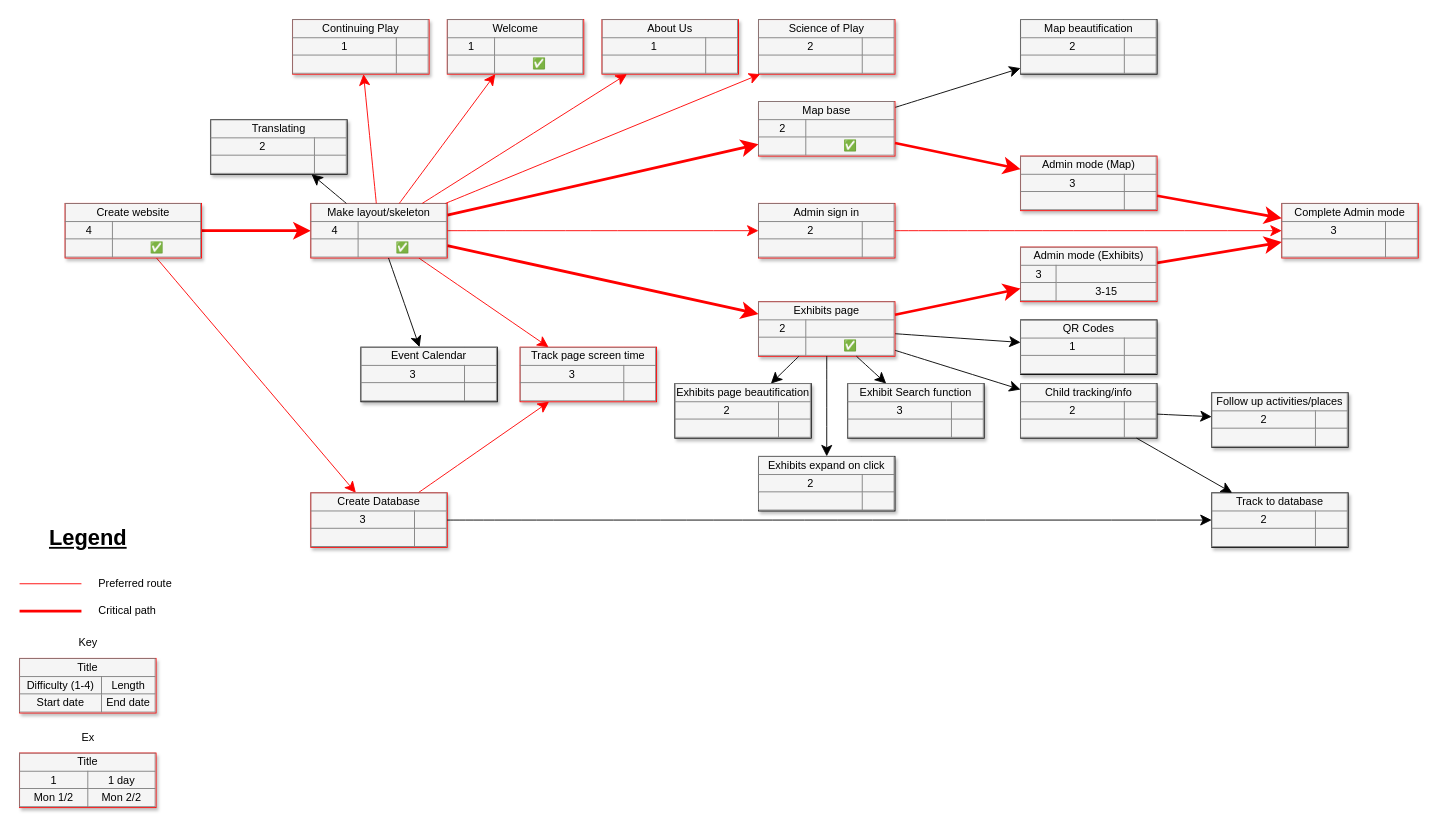
This is PERT.drawio from LiamBroderick/Group-G-CSC-230, a draw.io file, before an edit. Source tidied: cells renumbered, new cells numbered last; positions are measured from the earlier drawing's top-left corner, leaving out a move shared by most shapes. Both pictures are drawn from the tidied source at 91%, with x=0, y=0 at pixel (19, 19).
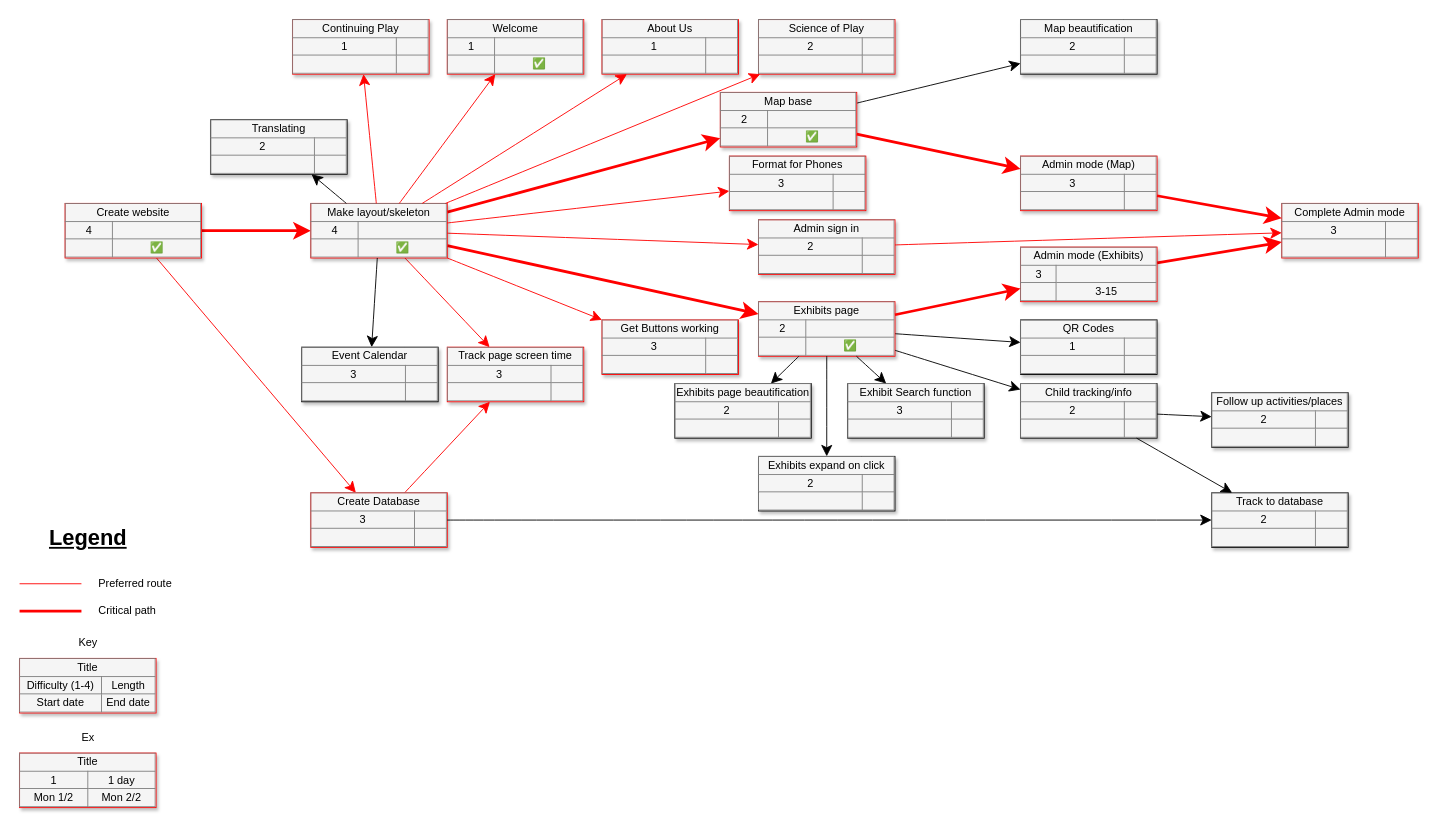
The same diagram, later.

The change refers to these unchanged cells:
```xml
<mxCell id="17" value="&lt;table border=&quot;1&quot; width=&quot;100%&quot; style=&quot;width: 100% ; height: 100% ; border-collapse: collapse&quot;&gt;&lt;tbody&gt;&lt;tr&gt;&lt;td colspan=&quot;2&quot; align=&quot;center&quot;&gt;Make layout/skeleton&lt;/td&gt;&lt;/tr&gt;&lt;tr&gt;&lt;td align=&quot;center&quot;&gt;4&lt;/td&gt;&lt;td align=&quot;center&quot;&gt;&lt;br&gt;&lt;/td&gt;&lt;/tr&gt;&lt;tr&gt;&lt;td align=&quot;center&quot;&gt;&lt;/td&gt;&lt;td align=&quot;center&quot;&gt;✅&lt;br&gt;&lt;/td&gt;&lt;/tr&gt;&lt;/tbody&gt;&lt;/table&gt;" style="text;html=1;strokeColor=#FF0000;fillColor=#f5f5f5;overflow=fill;rounded=0;shadow=1;fontSize=12;align=center;" parent="1" vertex="1">
  <mxGeometry x="320" y="202" width="150" height="60" as="geometry" />
</mxCell>
```

Diff of the diagram source:
```diff
@@
     <mxCell id="10" value="&lt;table border=&quot;1&quot; width=&quot;100%&quot; style=&quot;width: 100% ; height: 100% ; border-collapse: collapse&quot;&gt;&lt;tbody&gt;&lt;tr&gt;&lt;td colspan=&quot;2&quot; align=&quot;center&quot;&gt;Track page screen time&lt;/td&gt;&lt;/tr&gt;&lt;tr&gt;&lt;td align=&quot;center&quot;&gt;3&lt;/td&gt;&lt;td align=&quot;center&quot;&gt;&lt;/td&gt;&lt;/tr&gt;&lt;tr&gt;&lt;td align=&quot;center&quot;&gt;&lt;/td&gt;&lt;td align=&quot;center&quot;&gt;&lt;br&gt;&lt;/td&gt;&lt;/tr&gt;&lt;/tbody&gt;&lt;/table&gt;" style="text;html=1;strokeColor=#FF0000;fillColor=#f5f5f5;overflow=fill;rounded=0;shadow=1;fontSize=12;align=center;" parent="1" vertex="1">
-      <mxGeometry x="550" y="360" width="150" height="60" as="geometry" />
+      <mxGeometry x="470" y="360" width="150" height="60" as="geometry" />
     </mxCell>
@@
     <mxCell id="13" value="&lt;table border=&quot;1&quot; width=&quot;100%&quot; style=&quot;width: 100% ; height: 100% ; border-collapse: collapse&quot;&gt;&lt;tbody&gt;&lt;tr&gt;&lt;td colspan=&quot;2&quot; align=&quot;center&quot;&gt;Admin sign in&lt;/td&gt;&lt;/tr&gt;&lt;tr&gt;&lt;td align=&quot;center&quot;&gt;2&lt;/td&gt;&lt;td align=&quot;center&quot;&gt;&lt;br&gt;&lt;/td&gt;&lt;/tr&gt;&lt;tr&gt;&lt;td align=&quot;center&quot;&gt;&lt;/td&gt;&lt;td align=&quot;center&quot;&gt;&lt;br&gt;&lt;/td&gt;&lt;/tr&gt;&lt;/tbody&gt;&lt;/table&gt;" style="text;html=1;strokeColor=#FF0000;fillColor=#f5f5f5;overflow=fill;rounded=0;shadow=1;fontSize=12;align=center;" parent="1" vertex="1">
-      <mxGeometry x="812" y="202" width="150" height="60" as="geometry" />
+      <mxGeometry x="812" y="220" width="150" height="60" as="geometry" />
     </mxCell>
@@
     <mxCell id="21" value="&lt;table border=&quot;1&quot; width=&quot;100%&quot; style=&quot;width: 100% ; height: 100% ; border-collapse: collapse&quot;&gt;&lt;tbody&gt;&lt;tr&gt;&lt;td colspan=&quot;2&quot; align=&quot;center&quot;&gt;Map base&lt;/td&gt;&lt;/tr&gt;&lt;tr&gt;&lt;td align=&quot;center&quot;&gt;2&lt;/td&gt;&lt;td align=&quot;center&quot;&gt;&lt;/td&gt;&lt;/tr&gt;&lt;tr&gt;&lt;td align=&quot;center&quot;&gt;&lt;/td&gt;&lt;td align=&quot;center&quot;&gt;✅&lt;br&gt;&lt;/td&gt;&lt;/tr&gt;&lt;/tbody&gt;&lt;/table&gt;" style="text;html=1;strokeColor=#FF0000;fillColor=#f5f5f5;overflow=fill;rounded=0;shadow=1;fontSize=12;align=center;" parent="1" vertex="1">
-      <mxGeometry x="812" y="90" width="150" height="60" as="geometry" />
+      <mxGeometry x="770" y="80" width="150" height="60" as="geometry" />
     </mxCell>
@@
     <mxCell id="57" value="&lt;table border=&quot;1&quot; width=&quot;100%&quot; style=&quot;width: 100% ; height: 100% ; border-collapse: collapse&quot;&gt;&lt;tbody&gt;&lt;tr&gt;&lt;td colspan=&quot;2&quot; align=&quot;center&quot;&gt;Event Calendar&lt;/td&gt;&lt;/tr&gt;&lt;tr&gt;&lt;td align=&quot;center&quot;&gt;3&lt;/td&gt;&lt;td align=&quot;center&quot;&gt;&lt;/td&gt;&lt;/tr&gt;&lt;tr&gt;&lt;td align=&quot;center&quot;&gt;&lt;/td&gt;&lt;td align=&quot;center&quot;&gt;&lt;br&gt;&lt;/td&gt;&lt;/tr&gt;&lt;/tbody&gt;&lt;/table&gt;" style="text;html=1;strokeColor=#000000;fillColor=#f5f5f5;overflow=fill;rounded=0;shadow=1;fontSize=12;align=center;" parent="1" vertex="1">
-      <mxGeometry x="375" y="360" width="150" height="60" as="geometry" />
+      <mxGeometry x="310" y="360" width="150" height="60" as="geometry" />
     </mxCell>
@@
+    <mxCell id="67" value="&lt;table border=&quot;1&quot; width=&quot;100%&quot; style=&quot;width: 100% ; height: 100% ; border-collapse: collapse&quot;&gt;&lt;tbody&gt;&lt;tr&gt;&lt;td colspan=&quot;2&quot; align=&quot;center&quot;&gt;Get Buttons working&lt;/td&gt;&lt;/tr&gt;&lt;tr&gt;&lt;td align=&quot;center&quot;&gt;3&lt;/td&gt;&lt;td align=&quot;center&quot;&gt;&lt;br&gt;&lt;/td&gt;&lt;/tr&gt;&lt;tr&gt;&lt;td align=&quot;center&quot;&gt;&lt;/td&gt;&lt;td align=&quot;center&quot;&gt;&lt;br&gt;&lt;/td&gt;&lt;/tr&gt;&lt;/tbody&gt;&lt;/table&gt;" style="text;html=1;strokeColor=#FF0000;fillColor=#f5f5f5;overflow=fill;rounded=0;shadow=1;fontSize=12;align=center;" parent="1" vertex="1">
+      <mxGeometry x="640" y="330" width="150" height="60" as="geometry" />
+    </mxCell>
+    <mxCell id="68" style="edgeStyle=none;curved=1;html=1;startSize=10;endArrow=classic;endFill=1;endSize=10;strokeColor=#FF0000;strokeWidth=1;fontSize=12;" parent="1" edge="1" source="17" target="67">
+      <mxGeometry relative="1" as="geometry" />
+    </mxCell>
+    <mxCell id="69" value="&lt;table border=&quot;1&quot; width=&quot;100%&quot; style=&quot;width: 100% ; height: 100% ; border-collapse: collapse&quot;&gt;&lt;tbody&gt;&lt;tr&gt;&lt;td colspan=&quot;2&quot; align=&quot;center&quot;&gt;Format for Phones&lt;/td&gt;&lt;/tr&gt;&lt;tr&gt;&lt;td align=&quot;center&quot;&gt;3&lt;/td&gt;&lt;td align=&quot;center&quot;&gt;&lt;br&gt;&lt;/td&gt;&lt;/tr&gt;&lt;tr&gt;&lt;td align=&quot;center&quot;&gt;&lt;/td&gt;&lt;td align=&quot;center&quot;&gt;&lt;br&gt;&lt;/td&gt;&lt;/tr&gt;&lt;/tbody&gt;&lt;/table&gt;" style="text;html=1;strokeColor=#FF0000;fillColor=#f5f5f5;overflow=fill;rounded=0;shadow=1;fontSize=12;align=center;" parent="1" vertex="1">
+      <mxGeometry x="780" y="150" width="150" height="60" as="geometry" />
+    </mxCell>
+    <mxCell id="70" style="edgeStyle=none;curved=1;html=1;startSize=10;endArrow=classic;endFill=1;endSize=10;strokeColor=#FF0000;strokeWidth=1;fontSize=12;" parent="1" edge="1" source="17" target="69">
+      <mxGeometry relative="1" as="geometry" />
+    </mxCell>
```
